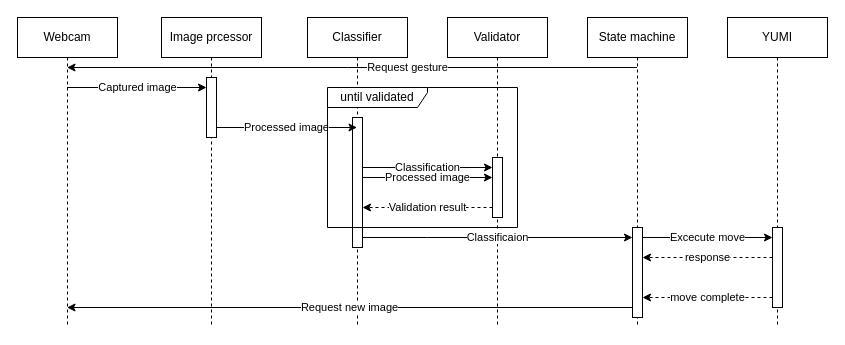
Before: action.drawio in GreatSharky/CoHSCI, a draw.io diagram. Source tidied: cells renumbered, new cells numbered last; positions are measured from the earlier drawing's top-left corner, leaving out a move shared by most shapes. Both pictures are drawn from the tidied source at 100%, with x=0, y=0 at pixel (17, 17).
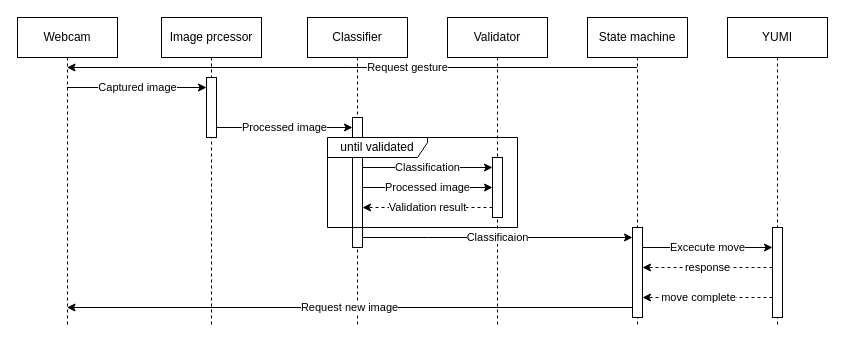
Above is the later version.

The change refers to these unchanged cells:
```xml
<mxCell id="3" value="Webcam" style="shape=umlLifeline;perimeter=lifelinePerimeter;whiteSpace=wrap;html=1;outlineConnect=0;portConstraint=eastwest;newEdgeStyle={&quot;curved&quot;:0,&quot;rounded&quot;:0};" parent="1" vertex="1">
  <mxGeometry width="100" height="310" as="geometry" />
</mxCell>
<mxCell id="6" style="html=1;points=[[0,0,0,0,5],[0,1,0,0,-5],[1,0,0,0,5],[1,1,0,0,-5]];perimeter=orthogonalPerimeter;outlineConnect=0;targetShapes=umlLifeline;portConstraint=eastwest;newEdgeStyle={&quot;curved&quot;:0,&quot;rounded&quot;:0};" parent="5" vertex="1">
  <mxGeometry x="45" y="210" width="10" height="90" as="geometry" />
</mxCell>
<mxCell id="8" style="html=1;points=[[0,0,0,0,5],[0,1,0,0,-5],[1,0,0,0,5],[1,1,0,0,-5]];perimeter=orthogonalPerimeter;outlineConnect=0;targetShapes=umlLifeline;portConstraint=eastwest;newEdgeStyle={&quot;curved&quot;:0,&quot;rounded&quot;:0};" parent="7" vertex="1">
  <mxGeometry x="45" y="60" width="10" height="60" as="geometry" />
</mxCell>
<mxCell id="9" value="Classifier" style="shape=umlLifeline;perimeter=lifelinePerimeter;whiteSpace=wrap;html=1;outlineConnect=0;portConstraint=eastwest;newEdgeStyle={&quot;curved&quot;:0,&quot;rounded&quot;:0};" parent="1" vertex="1">
  <mxGeometry x="290" width="100" height="310" as="geometry" />
</mxCell>
<mxCell id="10" style="html=1;points=[[0,0,0,0,5],[0,1,0,0,-5],[1,0,0,0,5],[1,1,0,0,-5]];perimeter=orthogonalPerimeter;outlineConnect=0;targetShapes=umlLifeline;portConstraint=eastwest;newEdgeStyle={&quot;curved&quot;:0,&quot;rounded&quot;:0};" parent="9" vertex="1">
  <mxGeometry x="45" y="100" width="10" height="130" as="geometry" />
</mxCell>
<mxCell id="12" style="html=1;points=[[0,0,0,0,5],[0,1,0,0,-5],[1,0,0,0,5],[1,1,0,0,-5]];perimeter=orthogonalPerimeter;outlineConnect=0;targetShapes=umlLifeline;portConstraint=eastwest;newEdgeStyle={&quot;curved&quot;:0,&quot;rounded&quot;:0};" parent="11" vertex="1">
  <mxGeometry x="45" y="140" width="10" height="60" as="geometry" />
</mxCell>
<mxCell id="13" value="YUMI" style="shape=umlLifeline;perimeter=lifelinePerimeter;whiteSpace=wrap;html=1;newEdgeStyle={&quot;curved&quot;:0,&quot;rounded&quot;:0};" parent="1" vertex="1">
  <mxGeometry x="710" width="100" height="310" as="geometry" />
</mxCell>
```

The edit, as a diff of the source:
```diff
@@
     <mxCell id="14" style="html=1;points=[[0,0,0,0,5],[0,1,0,0,-5],[1,0,0,0,5],[1,1,0,0,-5]];perimeter=orthogonalPerimeter;outlineConnect=0;targetShapes=umlLifeline;portConstraint=eastwest;newEdgeStyle={&quot;curved&quot;:0,&quot;rounded&quot;:0};" parent="13" vertex="1">
-      <mxGeometry x="45" y="210" width="10" height="80" as="geometry" />
+      <mxGeometry x="45" y="210" width="10" height="90" as="geometry" />
     </mxCell>
-    <mxCell id="15" value="Processed image" style="edgeStyle=orthogonalEdgeStyle;rounded=0;jettySize=auto;html=1;curved=0;" parent="1" edge="1" source="8" target="9">
+    <mxCell id="15" value="Processed image" style="edgeStyle=orthogonalEdgeStyle;rounded=0;jettySize=auto;html=1;curved=0;" parent="1" edge="1" source="8" target="10">
       <mxGeometry relative="1" as="geometry">
         <Array as="points">
-          <mxPoint x="270" y="110" />
-          <mxPoint x="270" y="110" />
+          <mxPoint x="291" y="110" />
+          <mxPoint x="291" y="110" />
         </Array>
       </mxGeometry>
     </mxCell>
@@
     <mxCell id="17" value="Processed image" style="edgeStyle=orthogonalEdgeStyle;rounded=0;jettySize=auto;html=1;curved=0;" parent="1" edge="1" source="10" target="12">
       <mxGeometry relative="1" as="geometry">
         <Array as="points">
-          <mxPoint x="410" y="160" />
-          <mxPoint x="410" y="160" />
+          <mxPoint x="411" y="170" />
+          <mxPoint x="411" y="170" />
         </Array>
       </mxGeometry>
     </mxCell>
@@
     <mxCell id="19" value="until validated" style="shape=umlFrame;whiteSpace=wrap;html=1;width=100;height=20;" parent="1" vertex="1">
-      <mxGeometry x="310" y="70" width="190" height="140" as="geometry" />
+      <mxGeometry x="310" y="120" width="190" height="90" as="geometry" />
     </mxCell>
@@
     <mxCell id="21" value="Excecute move" style="edgeStyle=orthogonalEdgeStyle;rounded=0;jettySize=auto;html=1;curved=0;" parent="1" edge="1" source="6" target="14">
       <mxGeometry relative="1" as="geometry">
         <Array as="points">
-          <mxPoint x="691" y="220" />
-          <mxPoint x="691" y="220" />
+          <mxPoint x="691" y="230" />
+          <mxPoint x="691" y="230" />
         </Array>
       </mxGeometry>
     </mxCell>
     <mxCell id="22" value="response" style="edgeStyle=orthogonalEdgeStyle;rounded=0;jettySize=auto;html=1;curved=0;dashed=1;" parent="1" edge="1" source="14" target="6">
       <mxGeometry relative="1" as="geometry">
         <Array as="points">
-          <mxPoint x="690" y="240" />
-          <mxPoint x="690" y="240" />
+          <mxPoint x="691" y="250" />
+          <mxPoint x="691" y="250" />
         </Array>
       </mxGeometry>
     </mxCell>
     <mxCell id="23" value="move complete" style="edgeStyle=orthogonalEdgeStyle;rounded=0;jettySize=auto;html=1;curved=0;dashed=1;" parent="1" edge="1" source="14" target="6">
-      <mxGeometry relative="1" as="geometry">
+      <mxGeometry x="0.14" relative="1" as="geometry">
         <Array as="points">
           <mxPoint x="690" y="280" />
           <mxPoint x="690" y="280" />
         </Array>
       </mxGeometry>
     </mxCell>
     <mxCell id="24" value="Request new image" style="edgeStyle=orthogonalEdgeStyle;rounded=0;jettySize=auto;html=1;curved=0;" parent="1" edge="1" source="6" target="3">
       <mxGeometry relative="1" as="geometry">
         <Array as="points">
-          <mxPoint x="340" y="290" />
-          <mxPoint x="340" y="290" />
+          <mxPoint x="331" y="290" />
+          <mxPoint x="331" y="290" />
         </Array>
       </mxGeometry>
     </mxCell>
```
